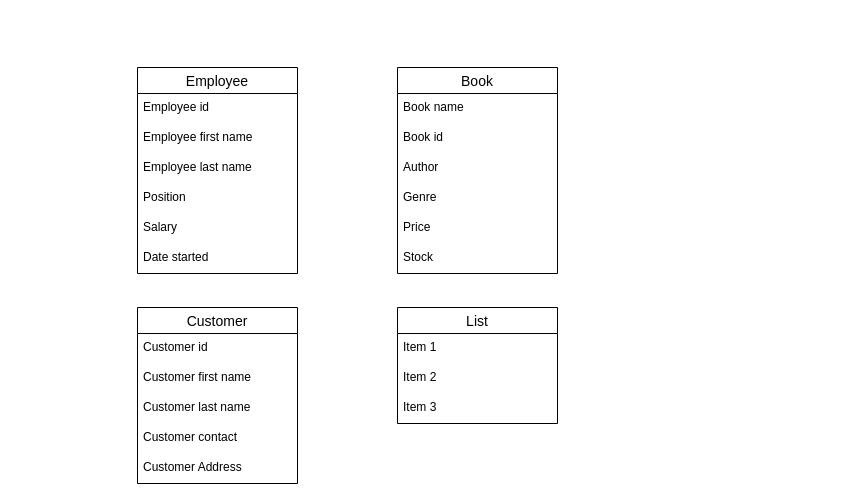
Earlier version of the draw.io diagram 02_activities/assignments/Untitled Diagram.drawio (Sdong23/sql). Source tidied: cells renumbered, new cells numbered last; positions are measured from the earlier drawing's top-left corner, leaving out a move shared by most shapes. Both pictures are drawn from the tidied source at 100%, with x=0, y=0 at pixel (137, 67).
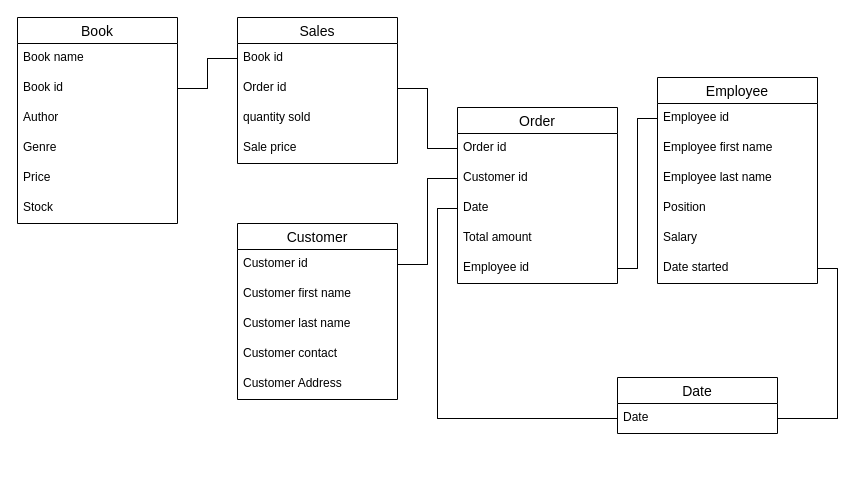
The same page after the edit.

Commit message:
update diagram and logic

The change refers to these unchanged cells:
```xml
<mxCell id="3" value="Employee id" style="text;strokeColor=none;fillColor=none;spacingLeft=4;spacingRight=4;overflow=hidden;points=[[0,0.5],[1,0.5]];portConstraint=eastwest;fontSize=12;whiteSpace=wrap;html=1;" parent="2" vertex="1">
  <mxGeometry y="26" width="160" height="30" as="geometry" />
</mxCell>
<mxCell id="8" value="Date started" style="text;strokeColor=none;fillColor=none;spacingLeft=4;spacingRight=4;overflow=hidden;points=[[0,0.5],[1,0.5]];portConstraint=eastwest;fontSize=12;whiteSpace=wrap;html=1;" parent="2" vertex="1">
  <mxGeometry y="176" width="160" height="30" as="geometry" />
</mxCell>
<mxCell id="11" value="Book id" style="text;strokeColor=none;fillColor=none;spacingLeft=4;spacingRight=4;overflow=hidden;points=[[0,0.5],[1,0.5]];portConstraint=eastwest;fontSize=12;whiteSpace=wrap;html=1;" parent="9" vertex="1">
  <mxGeometry y="56" width="160" height="30" as="geometry" />
</mxCell>
<mxCell id="17" value="Customer id" style="text;strokeColor=none;fillColor=none;spacingLeft=4;spacingRight=4;overflow=hidden;points=[[0,0.5],[1,0.5]];portConstraint=eastwest;fontSize=12;whiteSpace=wrap;html=1;" parent="16" vertex="1">
  <mxGeometry y="26" width="160" height="30" as="geometry" />
</mxCell>
```

The edit, as a diff of the source:
```diff
@@
     <mxCell id="2" value="Employee" style="swimlane;fontStyle=0;horizontal=1;startSize=26;align=center;fontSize=14;" parent="1" vertex="1">
-      <mxGeometry width="160" height="206" as="geometry" />
+      <mxGeometry x="520" y="10" width="160" height="206" as="geometry" />
     </mxCell>
@@
     <mxCell id="9" value="Book" style="swimlane;fontStyle=0;horizontal=1;startSize=26;align=center;fontSize=14;" parent="1" vertex="1">
-      <mxGeometry x="260" width="160" height="206" as="geometry" />
+      <mxGeometry x="-120" y="-50" width="160" height="206" as="geometry" />
     </mxCell>
@@
     <mxCell id="16" value="Customer" style="swimlane;fontStyle=0;horizontal=1;startSize=26;align=center;fontSize=14;" parent="1" vertex="1">
-      <mxGeometry y="240" width="160" height="176" as="geometry" />
+      <mxGeometry x="100" y="156" width="160" height="176" as="geometry" />
     </mxCell>
@@
+    <mxCell id="26" value="Order" style="swimlane;fontStyle=0;horizontal=1;startSize=26;align=center;fontSize=14;" parent="1" vertex="1">
+      <mxGeometry x="320" y="40" width="160" height="176" as="geometry" />
+    </mxCell>
+    <mxCell id="27" value="Order id" style="text;strokeColor=none;fillColor=none;spacingLeft=4;spacingRight=4;overflow=hidden;points=[[0,0.5],[1,0.5]];portConstraint=eastwest;fontSize=12;whiteSpace=wrap;html=1;" parent="26" vertex="1">
+      <mxGeometry y="26" width="160" height="30" as="geometry" />
+    </mxCell>
+    <mxCell id="28" value="Customer id" style="text;strokeColor=none;fillColor=none;spacingLeft=4;spacingRight=4;overflow=hidden;points=[[0,0.5],[1,0.5]];portConstraint=eastwest;fontSize=12;whiteSpace=wrap;html=1;" parent="26" vertex="1">
+      <mxGeometry y="56" width="160" height="30" as="geometry" />
+    </mxCell>
+    <mxCell id="29" value="Date" style="text;strokeColor=none;fillColor=none;spacingLeft=4;spacingRight=4;overflow=hidden;points=[[0,0.5],[1,0.5]];portConstraint=eastwest;fontSize=12;whiteSpace=wrap;html=1;" parent="26" vertex="1">
+      <mxGeometry y="86" width="160" height="30" as="geometry" />
+    </mxCell>
+    <mxCell id="30" value="Total amount" style="text;strokeColor=none;fillColor=none;spacingLeft=4;spacingRight=4;overflow=hidden;fontSize=12;whiteSpace=wrap;html=1;" parent="26" vertex="1">
+      <mxGeometry y="116" width="160" height="30" as="geometry" />
+    </mxCell>
+    <mxCell id="31" value="Employee id" style="text;strokeColor=none;fillColor=none;spacingLeft=4;spacingRight=4;overflow=hidden;points=[[0,0.5],[1,0.5]];portConstraint=eastwest;fontSize=12;whiteSpace=wrap;html=1;" parent="26" vertex="1">
+      <mxGeometry y="146" width="160" height="30" as="geometry" />
+    </mxCell>
+    <mxCell id="32" value="Date" style="swimlane;fontStyle=0;horizontal=1;startSize=26;align=center;fontSize=14;" parent="1" vertex="1">
+      <mxGeometry x="480" y="310" width="160" height="56" as="geometry" />
+    </mxCell>
+    <mxCell id="33" value="Date" style="text;strokeColor=none;fillColor=none;spacingLeft=4;spacingRight=4;overflow=hidden;points=[[0,0.5],[1,0.5]];portConstraint=eastwest;fontSize=12;whiteSpace=wrap;html=1;" parent="32" vertex="1">
+      <mxGeometry y="26" width="160" height="30" as="geometry" />
+    </mxCell>
+    <mxCell id="34" style="edgeStyle=orthogonalEdgeStyle;rounded=0;jettySize=auto;html=1;exitX=0;exitY=0.5;exitDx=0;exitDy=0;entryX=0;entryY=0.5;entryDx=0;entryDy=0;shape=link;strokeColor=default;targetPerimeterSpacing=0;noJump=0;width=0;" parent="1" edge="1" source="33" target="29">
+      <mxGeometry relative="1" as="geometry" />
+    </mxCell>
+    <mxCell id="35" style="edgeStyle=orthogonalEdgeStyle;rounded=0;jettySize=auto;html=1;exitX=1;exitY=0.5;exitDx=0;exitDy=0;entryX=0;entryY=0.5;entryDx=0;entryDy=0;shape=link;width=0;" parent="1" edge="1" source="24" target="27">
+      <mxGeometry relative="1" as="geometry" />
+    </mxCell>
-    <mxCell id="22" value="List" style="swimlane;fontStyle=0;horizontal=1;startSize=26;align=center;fontSize=14;" parent="1" vertex="1">
-      <mxGeometry x="260" y="240" width="160" height="116" as="geometry" />
+    <mxCell id="22" value="Sales" style="swimlane;fontStyle=0;horizontal=1;startSize=26;align=center;fontSize=14;" parent="1" vertex="1">
+      <mxGeometry x="100" y="-50" width="160" height="146" as="geometry" />
     </mxCell>
-    <mxCell id="23" value="Item 1" style="text;strokeColor=none;fillColor=none;spacingLeft=4;spacingRight=4;overflow=hidden;points=[[0,0.5],[1,0.5]];portConstraint=eastwest;fontSize=12;whiteSpace=wrap;html=1;" parent="22" vertex="1">
+    <mxCell id="23" value="Book id" style="text;strokeColor=none;fillColor=none;spacingLeft=4;spacingRight=4;overflow=hidden;points=[[0,0.5],[1,0.5]];portConstraint=eastwest;fontSize=12;whiteSpace=wrap;html=1;" parent="22" vertex="1">
       <mxGeometry y="26" width="160" height="30" as="geometry" />
     </mxCell>
-    <mxCell id="24" value="Item 2" style="text;strokeColor=none;fillColor=none;spacingLeft=4;spacingRight=4;overflow=hidden;points=[[0,0.5],[1,0.5]];portConstraint=eastwest;fontSize=12;whiteSpace=wrap;html=1;" parent="22" vertex="1">
+    <mxCell id="24" value="Order id" style="text;strokeColor=none;fillColor=none;spacingLeft=4;spacingRight=4;overflow=hidden;points=[[0,0.5],[1,0.5]];portConstraint=eastwest;fontSize=12;whiteSpace=wrap;html=1;" parent="22" vertex="1">
       <mxGeometry y="56" width="160" height="30" as="geometry" />
     </mxCell>
-    <mxCell id="25" value="Item 3" style="text;strokeColor=none;fillColor=none;spacingLeft=4;spacingRight=4;overflow=hidden;fontSize=12;whiteSpace=wrap;html=1;" parent="22" vertex="1">
+    <mxCell id="25" value="quantity sold" style="text;strokeColor=none;fillColor=none;spacingLeft=4;spacingRight=4;overflow=hidden;fontSize=12;whiteSpace=wrap;html=1;" parent="22" vertex="1">
       <mxGeometry y="86" width="160" height="30" as="geometry" />
     </mxCell>
+    <mxCell id="36" value="Sale price" style="text;strokeColor=none;fillColor=none;spacingLeft=4;spacingRight=4;overflow=hidden;fontSize=12;whiteSpace=wrap;html=1;" parent="22" vertex="1">
+      <mxGeometry y="116" width="160" height="30" as="geometry" />
+    </mxCell>
+    <mxCell id="37" style="edgeStyle=orthogonalEdgeStyle;rounded=0;jettySize=auto;html=1;exitX=1;exitY=0.5;exitDx=0;exitDy=0;entryX=0;entryY=0.5;entryDx=0;entryDy=0;shape=link;width=0;" parent="1" edge="1" source="17" target="28">
+      <mxGeometry relative="1" as="geometry" />
+    </mxCell>
+    <mxCell id="38" style="edgeStyle=orthogonalEdgeStyle;rounded=0;jettySize=auto;html=1;exitX=1;exitY=0.5;exitDx=0;exitDy=0;entryX=0;entryY=0.5;entryDx=0;entryDy=0;shape=link;width=0;" parent="1" edge="1" source="11" target="23">
+      <mxGeometry relative="1" as="geometry" />
+    </mxCell>
+    <mxCell id="39" style="edgeStyle=orthogonalEdgeStyle;rounded=0;jettySize=auto;html=1;exitX=1;exitY=0.5;exitDx=0;exitDy=0;entryX=0;entryY=0.5;entryDx=0;entryDy=0;shape=link;width=0;" parent="1" edge="1" source="31" target="3">
+      <mxGeometry relative="1" as="geometry" />
+    </mxCell>
+    <mxCell id="40" style="edgeStyle=orthogonalEdgeStyle;rounded=0;jettySize=auto;html=1;exitX=1;exitY=0.5;exitDx=0;exitDy=0;entryX=1;entryY=0.5;entryDx=0;entryDy=0;shape=link;width=0;" parent="1" edge="1" source="8" target="33">
+      <mxGeometry relative="1" as="geometry" />
+    </mxCell>
```
